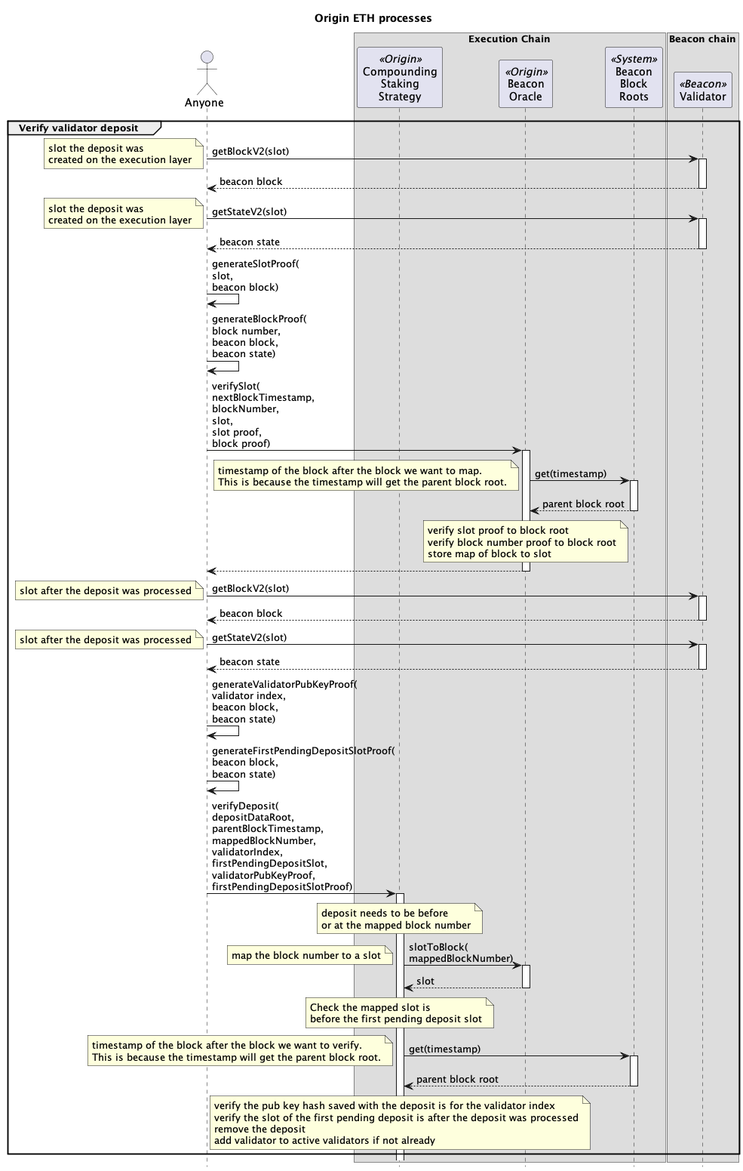
The PlantUML diagram contracts/docs/plantuml/oethProcesses-verify-deposit.png in OriginProtocol/origin-dollar, before a commit.
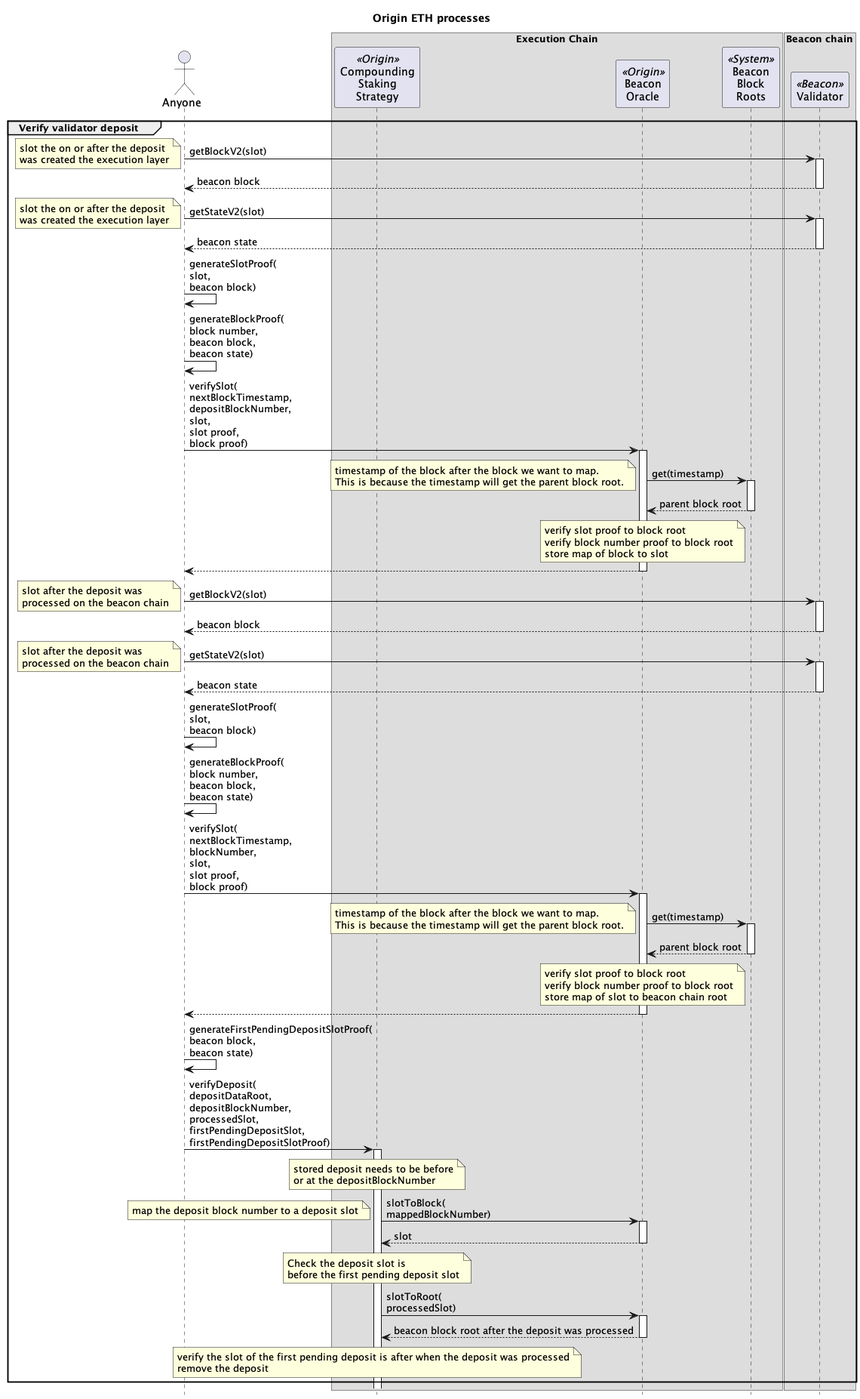
The same diagram one commit later.

The edit, as a diff of the source:
```diff
@@ -70,15 +70,53 @@
 
 
 
+
+
+
+
+
+
+
+
+
 group Verify validator deposit
 
 sender -> val : getBlockV2(slot)
-note left : slot the deposit was\ncreated on the execution layer
+note left : slot the on or after the deposit\nwas created the execution layer
 activate val
 return beacon block
 
 sender -> val : getStateV2(slot)
-note left : slot the deposit was\ncreated on the execution layer
+note left : slot the on or after the deposit\nwas created the execution layer
+activate val
+return beacon state
+
+sender -> sender : generateSlotProof(\nslot,\nbeacon block)
+sender -> sender : generateBlockProof(\nblock number,\nbeacon block,\nbeacon state)
+
+sender -> bo : verifySlot(\nnextBlockTimestamp,\ndepositBlockNumber,\nslot,\nslot proof,\nblock proof)
+activate bo
+bo -> roots : get(timestamp)
+note left
+timestamp of the block after the block we want to map.
+This is because the timestamp will get the parent block root.
+end note
+activate roots
+return parent block root
+note over bo
+verify slot proof to block root
+verify block number proof to block root
+store map of block to slot
+end note
+return
+
+sender -> val : getBlockV2(slot)
+note left : slot after the deposit was\nprocessed on the beacon chain
+activate val
+return beacon block
+
+sender -> val : getStateV2(slot)
+note left : slot after the deposit was\nprocessed on the beacon chain
 activate val
 return beacon state
 
@@ -97,48 +135,31 @@
 note over bo
 verify slot proof to block root
 verify block number proof to block root
-store map of block to slot
+store map of slot to beacon chain root
 end note
 return
 
-sender -> val : getBlockV2(slot)
-note left : slot after the deposit was processed
-activate val
-return beacon block
-
-sender -> val : getStateV2(slot)
-note left : slot after the deposit was processed
-activate val
-return beacon state
-
-sender -> sender : generateValidatorPubKeyProof(\nvalidator index,\nbeacon block,\nbeacon state)
 sender -> sender : generateFirstPendingDepositSlotProof(\nbeacon block,\nbeacon state)
 
-sender -> compStrat : verifyDeposit(\ndepositDataRoot,\nparentBlockTimestamp,\nmappedBlockNumber,\nvalidatorIndex,\nfirstPendingDepositSlot,\nvalidatorPubKeyProof,\nfirstPendingDepositSlotProof)
+sender -> compStrat : verifyDeposit(\ndepositDataRoot,\ndepositBlockNumber,\nprocessedSlot,\nfirstPendingDepositSlot,\nfirstPendingDepositSlotProof)
 activate compStrat
 
-note over compStrat : deposit needs to be before\nor at the mapped block number
+note over compStrat : stored deposit needs to be before\nor at the depositBlockNumber
 
 compStrat -> bo : slotToBlock(\nmappedBlockNumber)
-note left : map the block number to a slot
+note left : map the deposit block number to a deposit slot
 activate bo
 return slot
 
-note over compStrat : Check the mapped slot is\nbefore the first pending deposit slot
+note over compStrat : Check the deposit slot is\nbefore the first pending deposit slot
 
-compStrat -> roots : get(timestamp)
-note left
-timestamp of the block after the block we want to verify.
-This is because the timestamp will get the parent block root.
-end note
-activate roots
-return parent block root
+compStrat -> bo : slotToRoot(\nprocessedSlot)
+activate bo
+return beacon block root after the deposit was processed
 
 note over compStrat
-verify the pub key hash saved with the deposit is for the validator index
-verify the slot of the first pending deposit is after the deposit was processed
+verify the slot of the first pending deposit is after when the deposit was processed
 remove the deposit
-add validator to active validators if not already
 end note
 
 end group
@@ -200,20 +221,4 @@
 
 
 
-
-
-
-
-
-
-
-
-
-
-
-
-
-
-
-
 @enduml
```
